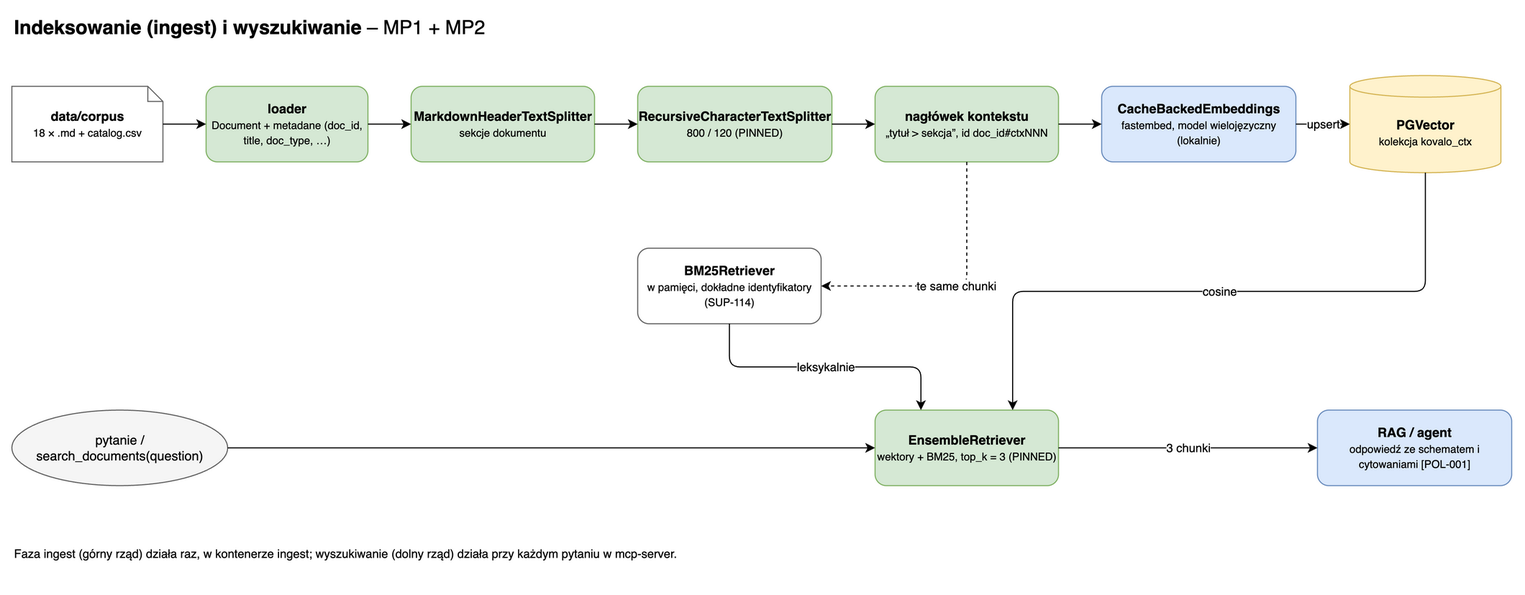
Before: docs/architecture/kovalo-architecture-3-ingest.png, a diagram exported from draw.io (oszypczy/kovalo-copilot). Source tidied: cells renumbered, new cells last; positions are measured from the earlier drawing's top-left corner, leaving out a move shared by most shapes.
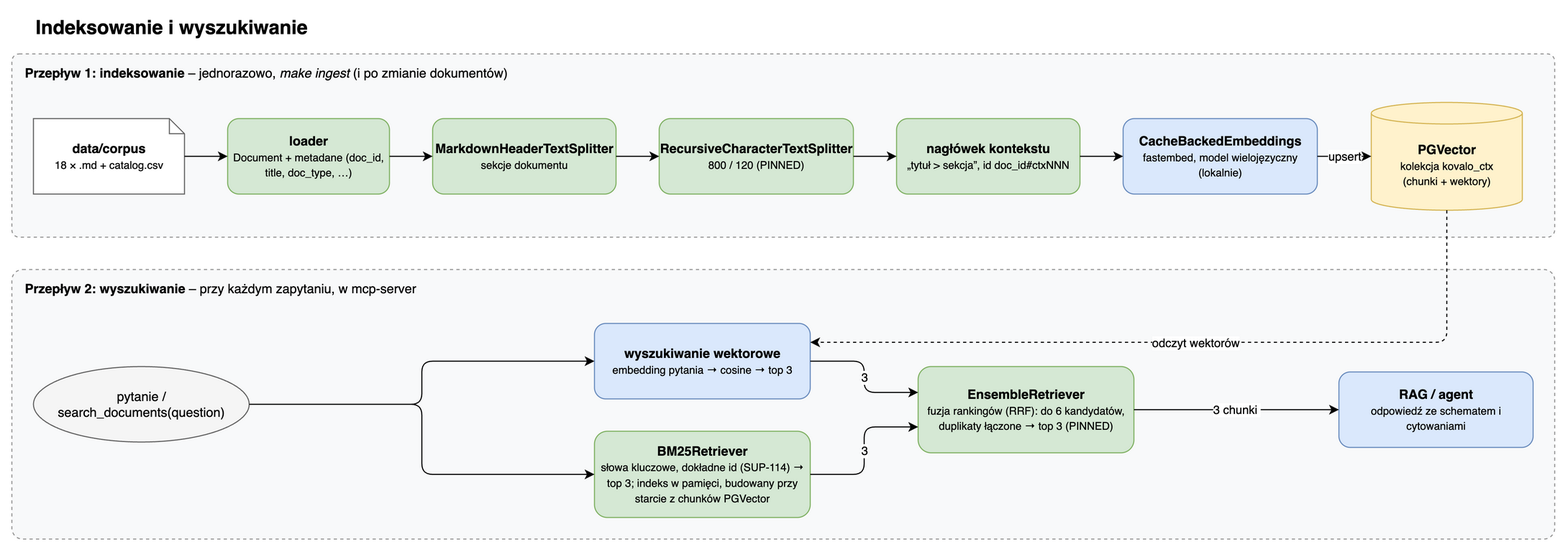
The same file after the commit.

Diff of the diagram source:
```diff
@@ -2,77 +2,90 @@
   <root>
     <mxCell id="0" />
     <mxCell id="1" parent="0" />
-    <mxCell id="2" value="&lt;b&gt;Indeksowanie (ingest) i wyszukiwanie&lt;/b&gt; – MP1 + MP2" style="text;html=1;fontSize=18;align=left;verticalAlign=middle;" parent="1" vertex="1">
-      <mxGeometry width="700" height="30" as="geometry" />
+    <mxCell id="2" value="&lt;b&gt;Indeksowanie i wyszukiwanie&lt;/b&gt;" style="text;html=1;fontSize=18;align=left;verticalAlign=middle;" parent="1" vertex="1">
+      <mxGeometry width="900" height="30" as="geometry" />
     </mxCell>
+    <mxCell id="26" value="&lt;b&gt;Przepływ 1: indeksowanie&lt;/b&gt; – jednorazowo, &lt;i&gt;make ingest&lt;/i&gt; (i po zmianie dokumentów)" style="rounded=1;arcSize=4;align=left;verticalAlign=top;spacingLeft=10;spacingTop=4;fillColor=#f8f9fa;strokeColor=#999999;dashed=1;whiteSpace=wrap;html=1;" parent="1" vertex="1">
+      <mxGeometry x="-20" y="40" width="1430" height="170" as="geometry" />
+    </mxCell>
+    <mxCell id="27" value="&lt;b&gt;Przepływ 2: wyszukiwanie&lt;/b&gt; – przy każdym zapytaniu, w mcp-server" style="rounded=1;arcSize=4;align=left;verticalAlign=top;spacingLeft=10;spacingTop=4;fillColor=#f8f9fa;strokeColor=#999999;dashed=1;whiteSpace=wrap;html=1;" parent="1" vertex="1">
+      <mxGeometry x="-20" y="240" width="1430" height="250" as="geometry" />
+    </mxCell>
-    <mxCell id="3" value="&lt;b&gt;data/corpus&lt;/b&gt;&lt;br&gt;&lt;font style=&quot;font-size:10px&quot;&gt;18 × .md + catalog.csv&lt;/font&gt;" style="shape=note;whiteSpace=wrap;html=1;size=14;fillColor=#ffffff;strokeColor=#666666;" parent="1" vertex="1">
-      <mxGeometry y="70" width="140" height="70" as="geometry" />
+    <mxCell id="3" value="&lt;b&gt;data/corpus&lt;/b&gt;&lt;br&gt;&lt;font style=&quot;font-size:10px&quot;&gt;18 × .md + catalog.csv&lt;/font&gt;" style="shape=note;size=14;fillColor=#ffffff;strokeColor=#666666;whiteSpace=wrap;html=1;" parent="1" vertex="1">
+      <mxGeometry y="100" width="140" height="70" as="geometry" />
     </mxCell>
-    <mxCell id="4" value="&lt;b&gt;loader&lt;/b&gt;&lt;br&gt;&lt;font style=&quot;font-size:10px&quot;&gt;Document + metadane (doc_id, title, doc_type, …)&lt;/font&gt;" style="rounded=1;whiteSpace=wrap;html=1;fillColor=#d5e8d4;strokeColor=#82b366;" parent="1" vertex="1">
-      <mxGeometry x="180" y="70" width="150" height="70" as="geometry" />
+    <mxCell id="4" value="&lt;b&gt;loader&lt;/b&gt;&lt;br&gt;&lt;font style=&quot;font-size:10px&quot;&gt;Document + metadane (doc_id, title, doc_type, …)&lt;/font&gt;" style="rounded=1;fillColor=#d5e8d4;strokeColor=#82b366;whiteSpace=wrap;html=1;" parent="1" vertex="1">
+      <mxGeometry x="180" y="100" width="150" height="70" as="geometry" />
     </mxCell>
-    <mxCell id="5" value="&lt;b&gt;MarkdownHeaderTextSplitter&lt;/b&gt;&lt;br&gt;&lt;font style=&quot;font-size:10px&quot;&gt;sekcje dokumentu&lt;/font&gt;" style="rounded=1;whiteSpace=wrap;html=1;fillColor=#d5e8d4;strokeColor=#82b366;" parent="1" vertex="1">
-      <mxGeometry x="370" y="70" width="170" height="70" as="geometry" />
+    <mxCell id="5" value="&lt;b&gt;MarkdownHeaderTextSplitter&lt;/b&gt;&lt;br&gt;&lt;font style=&quot;font-size:10px&quot;&gt;sekcje dokumentu&lt;/font&gt;" style="rounded=1;fillColor=#d5e8d4;strokeColor=#82b366;whiteSpace=wrap;html=1;" parent="1" vertex="1">
+      <mxGeometry x="370" y="100" width="170" height="70" as="geometry" />
     </mxCell>
-    <mxCell id="6" value="&lt;b&gt;RecursiveCharacterTextSplitter&lt;/b&gt;&lt;br&gt;&lt;font style=&quot;font-size:10px&quot;&gt;800 / 120 (PINNED)&lt;/font&gt;" style="rounded=1;whiteSpace=wrap;html=1;fillColor=#d5e8d4;strokeColor=#82b366;" parent="1" vertex="1">
-      <mxGeometry x="580" y="70" width="180" height="70" as="geometry" />
+    <mxCell id="6" value="&lt;b&gt;RecursiveCharacterTextSplitter&lt;/b&gt;&lt;br&gt;&lt;font style=&quot;font-size:10px&quot;&gt;800 / 120 (PINNED)&lt;/font&gt;" style="rounded=1;fillColor=#d5e8d4;strokeColor=#82b366;whiteSpace=wrap;html=1;" parent="1" vertex="1">
+      <mxGeometry x="580" y="100" width="180" height="70" as="geometry" />
     </mxCell>
-    <mxCell id="7" value="&lt;b&gt;nagłówek kontekstu&lt;/b&gt;&lt;br&gt;&lt;font style=&quot;font-size:10px&quot;&gt;„tytuł &amp;gt; sekcja”, id doc_id#ctxNNN&lt;/font&gt;" style="rounded=1;whiteSpace=wrap;html=1;fillColor=#d5e8d4;strokeColor=#82b366;" parent="1" vertex="1">
-      <mxGeometry x="800" y="70" width="170" height="70" as="geometry" />
+    <mxCell id="7" value="&lt;b&gt;nagłówek kontekstu&lt;/b&gt;&lt;br&gt;&lt;font style=&quot;font-size:10px&quot;&gt;„tytuł &amp;gt; sekcja”, id doc_id#ctxNNN&lt;/font&gt;" style="rounded=1;fillColor=#d5e8d4;strokeColor=#82b366;whiteSpace=wrap;html=1;" parent="1" vertex="1">
+      <mxGeometry x="800" y="100" width="170" height="70" as="geometry" />
     </mxCell>
-    <mxCell id="8" value="&lt;b&gt;CacheBackedEmbeddings&lt;/b&gt;&lt;br&gt;&lt;font style=&quot;font-size:10px&quot;&gt;fastembed, model wielojęzyczny (lokalnie)&lt;/font&gt;" style="rounded=1;whiteSpace=wrap;html=1;fillColor=#dae8fc;strokeColor=#6c8ebf;" parent="1" vertex="1">
-      <mxGeometry x="1010" y="70" width="180" height="70" as="geometry" />
+    <mxCell id="8" value="&lt;b&gt;CacheBackedEmbeddings&lt;/b&gt;&lt;br&gt;&lt;font style=&quot;font-size:10px&quot;&gt;fastembed, model wielojęzyczny (lokalnie)&lt;/font&gt;" style="rounded=1;fillColor=#dae8fc;strokeColor=#6c8ebf;whiteSpace=wrap;html=1;" parent="1" vertex="1">
+      <mxGeometry x="1010" y="100" width="180" height="70" as="geometry" />
     </mxCell>
-    <mxCell id="9" value="&lt;b&gt;PGVector&lt;/b&gt;&lt;br&gt;&lt;font style=&quot;font-size:10px&quot;&gt;kolekcja kovalo_ctx&lt;/font&gt;" style="shape=cylinder3;whiteSpace=wrap;html=1;boundedLbl=1;size=10;fillColor=#fff2cc;strokeColor=#d6b656;" parent="1" vertex="1">
-      <mxGeometry x="1240" y="60" width="140" height="90" as="geometry" />
+    <mxCell id="9" value="&lt;b&gt;PGVector&lt;/b&gt;&lt;br&gt;&lt;font style=&quot;font-size:10px&quot;&gt;kolekcja kovalo_ctx&lt;br&gt;(chunki + wektory)&lt;/font&gt;" style="shape=cylinder3;boundedLbl=1;size=10;fillColor=#fff2cc;strokeColor=#d6b656;whiteSpace=wrap;html=1;" parent="1" vertex="1">
+      <mxGeometry x="1240" y="85" width="140" height="100" as="geometry" />
     </mxCell>
+    <mxCell id="11" value="pytanie /&lt;br&gt;search_documents(question)" style="ellipse;fillColor=#f5f5f5;strokeColor=#666666;whiteSpace=wrap;html=1;" parent="1" vertex="1">
+      <mxGeometry y="330" width="200" height="70" as="geometry" />
+    </mxCell>
+    <mxCell id="28" value="&lt;b&gt;wyszukiwanie wektorowe&lt;/b&gt;&lt;br&gt;&lt;font style=&quot;font-size:10px&quot;&gt;embedding pytania → cosine → top 3&lt;/font&gt;" style="rounded=1;fillColor=#dae8fc;strokeColor=#6c8ebf;whiteSpace=wrap;html=1;" parent="1" vertex="1">
+      <mxGeometry x="520" y="290" width="200" height="70" as="geometry" />
+    </mxCell>
-    <mxCell id="10" value="&lt;b&gt;BM25Retriever&lt;/b&gt;&lt;br&gt;&lt;font style=&quot;font-size:10px&quot;&gt;w pamięci, dokładne identyfikatory (SUP-114)&lt;/font&gt;" style="rounded=1;whiteSpace=wrap;html=1;fillColor=#ffffff;strokeColor=#666666;" parent="1" vertex="1">
-      <mxGeometry x="580" y="220" width="170" height="70" as="geometry" />
+    <mxCell id="10" value="&lt;b&gt;BM25Retriever&lt;/b&gt;&lt;br&gt;&lt;font style=&quot;font-size:10px&quot;&gt;słowa kluczowe, dokładne id (SUP-114) → top 3; indeks w pamięci, budowany przy starcie z chunków PGVector&lt;/font&gt;" style="rounded=1;fillColor=#d5e8d4;strokeColor=#82b366;whiteSpace=wrap;html=1;" parent="1" vertex="1">
+      <mxGeometry x="520" y="390" width="200" height="80" as="geometry" />
     </mxCell>
-    <mxCell id="11" value="pytanie / search_documents(question)" style="ellipse;whiteSpace=wrap;html=1;fillColor=#f5f5f5;strokeColor=#666666;" parent="1" vertex="1">
-      <mxGeometry y="370" width="200" height="70" as="geometry" />
-    </mxCell>
-    <mxCell id="12" value="&lt;b&gt;EnsembleRetriever&lt;/b&gt;&lt;br&gt;&lt;font style=&quot;font-size:10px&quot;&gt;wektory + BM25, top_k = 3 (PINNED)&lt;/font&gt;" style="rounded=1;whiteSpace=wrap;html=1;fillColor=#d5e8d4;strokeColor=#82b366;" parent="1" vertex="1">
-      <mxGeometry x="800" y="370" width="170" height="70" as="geometry" />
+    <mxCell id="12" value="&lt;b&gt;EnsembleRetriever&lt;/b&gt;&lt;br&gt;&lt;font style=&quot;font-size:10px&quot;&gt;fuzja rankingów (RRF): do 6 kandydatów, duplikaty łączone → top 3 (PINNED)&lt;/font&gt;" style="rounded=1;fillColor=#d5e8d4;strokeColor=#82b366;whiteSpace=wrap;html=1;" parent="1" vertex="1">
+      <mxGeometry x="820" y="330" width="200" height="80" as="geometry" />
     </mxCell>
-    <mxCell id="13" value="&lt;b&gt;RAG / agent&lt;/b&gt;&lt;br&gt;&lt;font style=&quot;font-size:10px&quot;&gt;odpowiedź ze schematem i cytowaniami [POL-001]&lt;/font&gt;" style="rounded=1;whiteSpace=wrap;html=1;fillColor=#dae8fc;strokeColor=#6c8ebf;" parent="1" vertex="1">
-      <mxGeometry x="1210" y="370" width="180" height="70" as="geometry" />
+    <mxCell id="13" value="&lt;b&gt;RAG / agent&lt;/b&gt;&lt;br&gt;&lt;font style=&quot;font-size:10px&quot;&gt;odpowiedź ze schematem i cytowaniami&lt;/font&gt;" style="rounded=1;fillColor=#dae8fc;strokeColor=#6c8ebf;whiteSpace=wrap;html=1;" parent="1" vertex="1">
+      <mxGeometry x="1210" y="335" width="180" height="70" as="geometry" />
     </mxCell>
-    <mxCell id="14" style="edgeStyle=orthogonalEdgeStyle;rounded=1;html=1;" parent="1" edge="1" source="3" target="4">
+    <mxCell id="14" style="edgeStyle=orthogonalEdgeStyle;rounded=1;html=1;defaultLabelBackgroundColor=page;" parent="1" edge="1" source="3" target="4">
       <mxGeometry relative="1" as="geometry" />
     </mxCell>
-    <mxCell id="15" style="edgeStyle=orthogonalEdgeStyle;rounded=1;html=1;" parent="1" edge="1" source="4" target="5">
+    <mxCell id="15" style="edgeStyle=orthogonalEdgeStyle;rounded=1;html=1;defaultLabelBackgroundColor=page;" parent="1" edge="1" source="4" target="5">
       <mxGeometry relative="1" as="geometry" />
     </mxCell>
-    <mxCell id="16" style="edgeStyle=orthogonalEdgeStyle;rounded=1;html=1;" parent="1" edge="1" source="5" target="6">
+    <mxCell id="16" style="edgeStyle=orthogonalEdgeStyle;rounded=1;html=1;defaultLabelBackgroundColor=page;" parent="1" edge="1" source="5" target="6">
       <mxGeometry relative="1" as="geometry" />
     </mxCell>
-    <mxCell id="17" style="edgeStyle=orthogonalEdgeStyle;rounded=1;html=1;" parent="1" edge="1" source="6" target="7">
+    <mxCell id="17" style="edgeStyle=orthogonalEdgeStyle;rounded=1;html=1;defaultLabelBackgroundColor=page;" parent="1" edge="1" source="6" target="7">
       <mxGeometry relative="1" as="geometry" />
     </mxCell>
-    <mxCell id="18" style="edgeStyle=orthogonalEdgeStyle;rounded=1;html=1;" parent="1" edge="1" source="7" target="8">
+    <mxCell id="18" style="edgeStyle=orthogonalEdgeStyle;rounded=1;html=1;defaultLabelBackgroundColor=page;" parent="1" edge="1" source="7" target="8">
       <mxGeometry relative="1" as="geometry" />
     </mxCell>
     <mxCell id="19" value="upsert" style="edgeStyle=orthogonalEdgeStyle;rounded=1;html=1;defaultLabelBackgroundColor=page;" parent="1" edge="1" source="8" target="9">
       <mxGeometry relative="1" as="geometry" />
     </mxCell>
-    <mxCell id="20" value="te same chunki" style="edgeStyle=orthogonalEdgeStyle;rounded=1;html=1;dashed=1;defaultLabelBackgroundColor=page;exitX=0.5;exitY=1;entryX=1;entryY=0.5;" parent="1" edge="1" source="7" target="10">
-      <mxGeometry relative="1" as="geometry" />
-    </mxCell>
-    <mxCell id="21" style="edgeStyle=orthogonalEdgeStyle;rounded=1;html=1;" parent="1" edge="1" source="11" target="12">
-      <mxGeometry relative="1" as="geometry" />
-    </mxCell>
+    <mxCell id="29" style="edgeStyle=orthogonalEdgeStyle;rounded=1;html=1;defaultLabelBackgroundColor=page;exitX=1;exitY=0.5;entryX=0;entryY=0.5;" parent="1" edge="1" source="11" target="28">
+      <mxGeometry relative="1" as="geometry" />
+    </mxCell>
+    <mxCell id="30" style="edgeStyle=orthogonalEdgeStyle;rounded=1;html=1;defaultLabelBackgroundColor=page;exitX=1;exitY=0.5;entryX=0;entryY=0.5;" parent="1" edge="1" source="11" target="10">
+      <mxGeometry relative="1" as="geometry" />
+    </mxCell>
-    <mxCell id="22" value="leksykalnie" style="edgeStyle=orthogonalEdgeStyle;rounded=1;html=1;defaultLabelBackgroundColor=page;exitX=0.5;exitY=1;entryX=0.25;entryY=0;" parent="1" edge="1" source="10" target="12">
-      <mxGeometry relative="1" as="geometry" />
+    <mxCell id="22" value="odczyt wektorów" style="edgeStyle=orthogonalEdgeStyle;rounded=1;html=1;defaultLabelBackgroundColor=page;dashed=1;exitX=0.5;exitY=1;entryX=1;entryY=0.25;" parent="1" edge="1" source="9" target="28">
+      <mxGeometry relative="1" as="geometry">
+        <Array as="points">
+          <mxPoint x="1310" y="308" />
+        </Array>
+      </mxGeometry>
     </mxCell>
-    <mxCell id="23" value="cosine" style="edgeStyle=orthogonalEdgeStyle;rounded=1;html=1;defaultLabelBackgroundColor=page;exitX=0.5;exitY=1;entryX=0.75;entryY=0;" parent="1" edge="1" source="9" target="12">
+    <mxCell id="23" value="3" style="edgeStyle=orthogonalEdgeStyle;rounded=1;html=1;defaultLabelBackgroundColor=page;exitX=1;exitY=0.5;entryX=0;entryY=0.3;" parent="1" edge="1" source="28" target="12">
       <mxGeometry relative="1" as="geometry" />
     </mxCell>
-    <mxCell id="24" value="3 chunki" style="edgeStyle=orthogonalEdgeStyle;rounded=1;html=1;defaultLabelBackgroundColor=page;" parent="1" edge="1" source="12" target="13">
+    <mxCell id="24" value="3" style="edgeStyle=orthogonalEdgeStyle;rounded=1;html=1;defaultLabelBackgroundColor=page;exitX=1;exitY=0.5;entryX=0;entryY=0.7;" parent="1" edge="1" source="10" target="12">
       <mxGeometry relative="1" as="geometry" />
     </mxCell>
-    <mxCell id="25" value="Faza ingest (górny rząd) działa raz, w kontenerze ingest; wyszukiwanie (dolny rząd) działa przy każdym pytaniu w mcp-server." style="text;html=1;align=left;verticalAlign=top;fontSize=11;" parent="1" vertex="1">
-      <mxGeometry y="490" width="700" height="40" as="geometry" />
-    </mxCell>
+    <mxCell id="31" value="3 chunki&amp;nbsp;" style="edgeStyle=orthogonalEdgeStyle;rounded=1;html=1;defaultLabelBackgroundColor=page;" parent="1" edge="1" source="12" target="13">
+      <mxGeometry relative="1" as="geometry" />
+    </mxCell>
   </root>
 </mxGraphModel>
```
